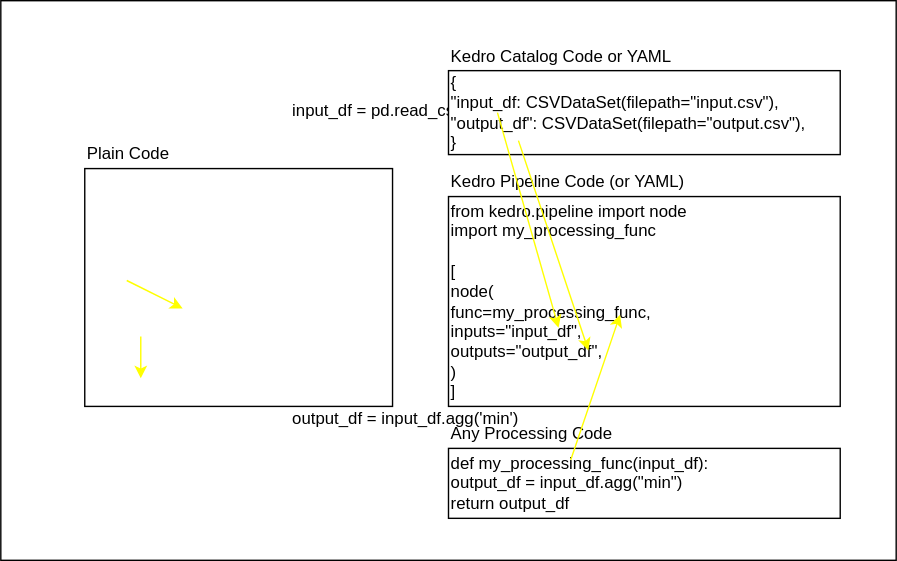
The draw.io diagram _doc_images/kedro_concept.drawio.svg in Minyus/kedro-starters-sklearn, before a commit. Source tidied: cells renumbered, new cells last; positions are measured from the earlier drawing's top-left corner, leaving out a move shared by most shapes.
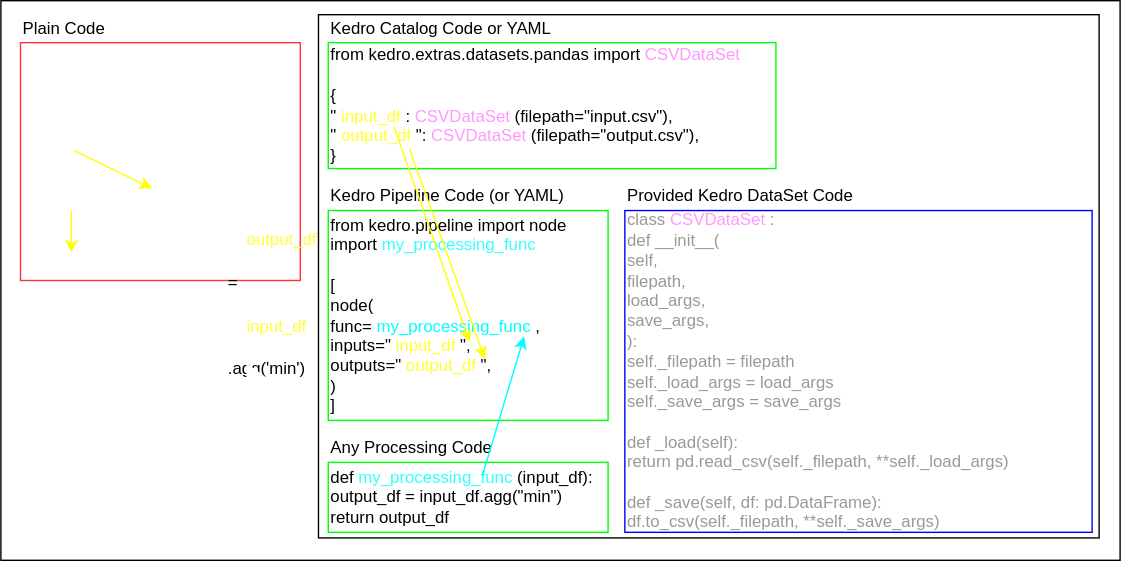
After the commit.

The edit, as a diff of the source:
```diff
@@ -3,52 +3,70 @@
     <mxCell id="0" />
     <mxCell id="1" parent="0" />
     <mxCell id="2" style="rounded=0;whiteSpace=wrap;html=1;" parent="1" vertex="1">
-      <mxGeometry width="640" height="400" as="geometry" />
+      <mxGeometry x="30" y="30" width="800" height="400" as="geometry" />
     </mxCell>
+    <mxCell id="16" style="rounded=0;whiteSpace=wrap;html=1;" parent="1" vertex="1">
+      <mxGeometry x="257" y="40" width="558" height="374" as="geometry" />
+    </mxCell>
-    <mxCell id="3" value="&lt;pre&gt;&lt;font face=&quot;Helvetica&quot;&gt;&amp;nbsp; import pandas as pd&lt;/font&gt;&lt;pre&gt;&lt;font face=&quot;Helvetica&quot;&gt;&lt;br&gt;&lt;/font&gt;&lt;/pre&gt;&lt;pre&gt;&lt;font face=&quot;Helvetica&quot;&gt;&amp;nbsp; input_df = pd.read_csv(&quot;input.csv&quot;)&lt;br&gt;&lt;/font&gt;&lt;font face=&quot;Helvetica&quot;&gt;&lt;br&gt;&lt;/font&gt;&lt;/pre&gt;&lt;pre&gt;&lt;font face=&quot;Helvetica&quot;&gt;&amp;nbsp; output_df = input_df.agg('min')&lt;br&gt;&lt;/font&gt;&lt;font face=&quot;Helvetica&quot;&gt;&lt;br&gt;&lt;/font&gt;&lt;/pre&gt;&lt;pre&gt;&lt;font face=&quot;Helvetica&quot;&gt;&amp;nbsp; output_df.to_csv(&quot;output.csv&quot;)&lt;/font&gt;&lt;/pre&gt;&lt;/pre&gt;" style="rounded=0;html=1;align=left;" parent="1" vertex="1">
-      <mxGeometry x="60" y="120" width="220" height="170" as="geometry" />
+    <mxCell id="3" value="&lt;pre&gt;&lt;font face=&quot;Helvetica&quot;&gt;&amp;nbsp; import pandas as pd&lt;/font&gt;&lt;pre&gt;&lt;font face=&quot;Helvetica&quot;&gt;&lt;br&gt;&lt;/font&gt;&lt;/pre&gt;&lt;pre&gt;&lt;font face=&quot;Helvetica&quot;&gt;&amp;nbsp; &lt;font color=&quot;#ffff33&quot;&gt;input_df&lt;/font&gt; = pd.read_csv(&quot;input.csv&quot;)&lt;br&gt;&lt;/font&gt;&lt;font face=&quot;Helvetica&quot;&gt;&lt;br&gt;&lt;/font&gt;&lt;/pre&gt;&lt;pre&gt;&lt;font face=&quot;Helvetica&quot;&gt;&amp;nbsp; &lt;font color=&quot;#ffff33&quot;&gt;output_df&lt;/font&gt; = &lt;font color=&quot;#ffff33&quot;&gt;input_df&lt;/font&gt;.agg('min')&lt;br&gt;&lt;/font&gt;&lt;font face=&quot;Helvetica&quot;&gt;&lt;br&gt;&lt;/font&gt;&lt;/pre&gt;&lt;pre&gt;&lt;font face=&quot;Helvetica&quot;&gt;&amp;nbsp; &lt;font color=&quot;#ffff33&quot;&gt;output_df&lt;/font&gt;.to_csv(&quot;output.csv&quot;)&lt;/font&gt;&lt;/pre&gt;&lt;/pre&gt;" style="rounded=0;html=1;align=left;strokeColor=#FF3333;" parent="1" vertex="1">
+      <mxGeometry x="44" y="60" width="200" height="170" as="geometry" />
     </mxCell>
-    <mxCell id="4" value="&amp;nbsp; {&lt;br&gt;&amp;nbsp; &amp;nbsp; &quot;input_df: CSVDataSet(filepath=&quot;input.csv&quot;),&lt;br&gt;&amp;nbsp; &amp;nbsp; &quot;output_df&quot;: CSVDataSet(filepath=&quot;output.csv&quot;),&lt;br&gt;&amp;nbsp; }" style="rounded=0;whiteSpace=wrap;html=1;align=left;" parent="1" vertex="1">
-      <mxGeometry x="320" y="50" width="280" height="60" as="geometry" />
+    <mxCell id="4" value="&amp;nbsp; from kedro.extras.datasets.pandas import &lt;font color=&quot;#ff99ff&quot;&gt;CSVDataSet&lt;/font&gt;&lt;br&gt;&lt;br&gt;&amp;nbsp; {&lt;br&gt;&amp;nbsp; &amp;nbsp; &quot;&lt;font color=&quot;#ffff33&quot;&gt;input_df&lt;/font&gt;: &lt;font color=&quot;#ff99ff&quot;&gt;CSVDataSet&lt;/font&gt;(filepath=&quot;input.csv&quot;),&lt;br&gt;&amp;nbsp; &amp;nbsp; &quot;&lt;font color=&quot;#ffff33&quot;&gt;output_df&lt;/font&gt;&quot;: &lt;font color=&quot;#ff99ff&quot;&gt;CSVDataSet&lt;/font&gt;(filepath=&quot;output.csv&quot;),&lt;br&gt;&amp;nbsp; }" style="rounded=0;whiteSpace=wrap;html=1;align=left;strokeColor=#00FF00;" parent="1" vertex="1">
+      <mxGeometry x="264" y="60" width="320" height="90" as="geometry" />
     </mxCell>
-    <mxCell id="5" value="&amp;nbsp; def my_processing_func(input_df):&lt;br&gt;&amp;nbsp; &amp;nbsp; &amp;nbsp; output_df = input_df.agg(&quot;min&quot;)&lt;br&gt;&amp;nbsp; &amp;nbsp; &amp;nbsp; return output_df" style="rounded=0;whiteSpace=wrap;html=1;align=left;" parent="1" vertex="1">
-      <mxGeometry x="320" y="320" width="280" height="50" as="geometry" />
+    <mxCell id="5" value="&amp;nbsp; def &lt;font color=&quot;#33ffff&quot;&gt;my_processing_func&lt;/font&gt;(input_df):&lt;br&gt;&amp;nbsp; &amp;nbsp; &amp;nbsp; output_df = input_df.agg(&quot;min&quot;)&lt;br&gt;&amp;nbsp; &amp;nbsp; &amp;nbsp; return output_df" style="rounded=0;whiteSpace=wrap;html=1;align=left;strokeColor=#00FF00;" parent="1" vertex="1">
+      <mxGeometry x="264" y="360" width="200" height="50" as="geometry" />
     </mxCell>
-    <mxCell id="6" value="&amp;nbsp; from kedro.pipeline import node&lt;br&gt;&amp;nbsp; import my_processing_func&lt;br&gt;&lt;br&gt;&amp;nbsp; [&lt;br&gt;&amp;nbsp; &amp;nbsp; node(&lt;br&gt;&amp;nbsp; &amp;nbsp; &amp;nbsp; &amp;nbsp; func=my_processing_func,&lt;br&gt;&amp;nbsp; &amp;nbsp; &amp;nbsp; &amp;nbsp; inputs=&quot;input_df&quot;,&lt;br&gt;&amp;nbsp; &amp;nbsp; &amp;nbsp; &amp;nbsp; outputs=&quot;output_df&quot;,&lt;br&gt;&amp;nbsp; &amp;nbsp; )&lt;br&gt;&amp;nbsp; ]" style="rounded=0;whiteSpace=wrap;html=1;align=left;" parent="1" vertex="1">
-      <mxGeometry x="320" y="140" width="280" height="150" as="geometry" />
+    <mxCell id="6" value="&amp;nbsp; from kedro.pipeline import node&lt;br&gt;&amp;nbsp; import &lt;font color=&quot;#33ffff&quot;&gt;my_processing_func&lt;/font&gt;&lt;br&gt;&lt;br&gt;&amp;nbsp; [&lt;br&gt;&amp;nbsp; &amp;nbsp; node(&lt;br&gt;&amp;nbsp; &amp;nbsp; &amp;nbsp; &amp;nbsp; func=&lt;font color=&quot;#00ffff&quot;&gt;my_processing_func&lt;/font&gt;,&lt;br&gt;&amp;nbsp; &amp;nbsp; &amp;nbsp; &amp;nbsp; inputs=&quot;&lt;font color=&quot;#ffff33&quot;&gt;input_df&lt;/font&gt;&quot;,&lt;br&gt;&amp;nbsp; &amp;nbsp; &amp;nbsp; &amp;nbsp; outputs=&quot;&lt;font color=&quot;#ffff33&quot;&gt;output_df&lt;/font&gt;&quot;,&lt;br&gt;&amp;nbsp; &amp;nbsp; )&lt;br&gt;&amp;nbsp; ]" style="rounded=0;whiteSpace=wrap;html=1;align=left;strokeColor=#00FF00;" parent="1" vertex="1">
+      <mxGeometry x="264" y="180" width="200" height="150" as="geometry" />
     </mxCell>
     <mxCell id="7" value="Plain Code" style="text;html=1;strokeColor=none;fillColor=none;align=left;verticalAlign=middle;whiteSpace=wrap;rounded=0;" parent="1" vertex="1">
-      <mxGeometry x="60" y="100" width="200" height="20" as="geometry" />
+      <mxGeometry x="44" y="40" width="200" height="20" as="geometry" />
     </mxCell>
     <mxCell id="8" value="Kedro Catalog Code or YAML" style="text;html=1;strokeColor=none;fillColor=none;align=left;verticalAlign=middle;whiteSpace=wrap;rounded=0;" parent="1" vertex="1">
-      <mxGeometry x="320" y="30" width="200" height="20" as="geometry" />
+      <mxGeometry x="264" y="40" width="200" height="20" as="geometry" />
     </mxCell>
     <mxCell id="9" value="Any Processing Code" style="text;html=1;strokeColor=none;fillColor=none;align=left;verticalAlign=middle;whiteSpace=wrap;rounded=0;" parent="1" vertex="1">
-      <mxGeometry x="320" y="300" width="190" height="20" as="geometry" />
+      <mxGeometry x="264" y="340" width="190" height="20" as="geometry" />
     </mxCell>
     <mxCell id="10" value="Kedro Pipeline Code (or YAML)" style="text;html=1;strokeColor=none;fillColor=none;align=left;verticalAlign=middle;whiteSpace=wrap;rounded=0;" parent="1" vertex="1">
-      <mxGeometry x="320" y="120" width="200" height="20" as="geometry" />
+      <mxGeometry x="264" y="160" width="200" height="20" as="geometry" />
     </mxCell>
-    <mxCell id="11" style="endArrow=classic;html=1;exitX=0.125;exitY=0.5;exitDx=0;exitDy=0;exitPerimeter=0;entryX=0.281;entryY=0.625;entryDx=0;entryDy=0;entryPerimeter=0;fillColor=#e3c800;strokeColor=#FFFF00;" parent="1" edge="1" source="4" target="6">
-      <mxGeometry relative="1" as="geometry" />
+    <mxCell id="11" style="endArrow=classic;html=1;fillColor=#e3c800;strokeColor=#FFFF00;" parent="1" edge="1">
+      <mxGeometry relative="1" as="geometry">
+        <mxPoint x="311" y="120" as="sourcePoint" />
+        <mxPoint x="365" y="274" as="targetPoint" />
+      </mxGeometry>
     </mxCell>
     <mxCell id="12" style="endArrow=classic;html=1;fillColor=#e3c800;strokeColor=#FFFF00;" parent="1" edge="1">
       <mxGeometry relative="1" as="geometry">
-        <mxPoint x="370" y="100" as="sourcePoint" />
-        <mxPoint x="420" y="250" as="targetPoint" />
+        <mxPoint x="322" y="136" as="sourcePoint" />
+        <mxPoint x="376" y="286" as="targetPoint" />
       </mxGeometry>
     </mxCell>
-    <mxCell id="13" style="endArrow=classic;html=1;exitX=0.312;exitY=0.167;exitDx=0;exitDy=0;exitPerimeter=0;entryX=0.438;entryY=0.563;entryDx=0;entryDy=0;entryPerimeter=0;fillColor=#e3c800;strokeColor=#FFFF00;" parent="1" edge="1" source="5" target="6">
-      <mxGeometry relative="1" as="geometry" />
+    <mxCell id="13" style="endArrow=classic;html=1;fillColor=#e3c800;strokeColor=#00FFFF;" parent="1" edge="1">
+      <mxGeometry relative="1" as="geometry">
+        <mxPoint x="374" y="370" as="sourcePoint" />
+        <mxPoint x="404" y="270" as="targetPoint" />
+      </mxGeometry>
     </mxCell>
     <mxCell id="14" style="endArrow=classic;html=1;exitX=0.125;exitY=0.5;exitDx=0;exitDy=0;exitPerimeter=0;fillColor=#fff2cc;gradientColor=#ffd966;strokeColor=#FFFF00;" parent="1" edge="1">
       <mxGeometry relative="1" as="geometry">
-        <mxPoint x="90" y="200" as="sourcePoint" />
-        <mxPoint x="130" y="220" as="targetPoint" />
+        <mxPoint x="82" y="137" as="sourcePoint" />
+        <mxPoint x="138" y="164" as="targetPoint" />
       </mxGeometry>
     </mxCell>
     <mxCell id="15" style="endArrow=classic;html=1;exitX=0.182;exitY=0.706;exitDx=0;exitDy=0;exitPerimeter=0;fillColor=#fff2cc;entryX=0.182;entryY=0.882;entryDx=0;entryDy=0;entryPerimeter=0;gradientColor=#ffd966;strokeColor=#FFFF00;" parent="1" edge="1" source="3" target="3">
       <mxGeometry relative="1" as="geometry" />
     </mxCell>
+    <mxCell id="17" value="&lt;font color=&quot;#999999&quot;&gt;&amp;nbsp; class &lt;/font&gt;&lt;font color=&quot;#ff99ff&quot;&gt;CSVDataSet&lt;/font&gt;&lt;font color=&quot;#999999&quot;&gt;:&lt;br&gt;&lt;/font&gt;&lt;div&gt;&lt;div&gt;&lt;font color=&quot;#999999&quot;&gt;&amp;nbsp; &amp;nbsp; &amp;nbsp; def __init__(&lt;/font&gt;&lt;/div&gt;&lt;div&gt;&lt;font color=&quot;#999999&quot;&gt;&amp;nbsp; &amp;nbsp; &amp;nbsp; &amp;nbsp; &amp;nbsp; self,&lt;/font&gt;&lt;/div&gt;&lt;div&gt;&lt;font color=&quot;#999999&quot;&gt;&amp;nbsp; &amp;nbsp; &amp;nbsp; &amp;nbsp; &amp;nbsp; filepath,&lt;/font&gt;&lt;/div&gt;&lt;div&gt;&lt;font color=&quot;#999999&quot;&gt;&amp;nbsp; &amp;nbsp; &amp;nbsp; &amp;nbsp; &amp;nbsp; load_args,&lt;/font&gt;&lt;/div&gt;&lt;div&gt;&lt;font color=&quot;#999999&quot;&gt;&amp;nbsp; &amp;nbsp; &amp;nbsp; &amp;nbsp; &amp;nbsp; save_args,&lt;/font&gt;&lt;/div&gt;&lt;div&gt;&lt;font color=&quot;#999999&quot;&gt;&amp;nbsp; &amp;nbsp; &amp;nbsp; ):&lt;/font&gt;&lt;/div&gt;&lt;div&gt;&lt;font color=&quot;#999999&quot;&gt;&amp;nbsp; &amp;nbsp; &amp;nbsp; &amp;nbsp; &amp;nbsp; self._filepath = filepath&lt;/font&gt;&lt;/div&gt;&lt;div&gt;&lt;font color=&quot;#999999&quot;&gt;&amp;nbsp; &amp;nbsp; &amp;nbsp; &amp;nbsp; &amp;nbsp; self._load_args = load_args&lt;/font&gt;&lt;/div&gt;&lt;div&gt;&lt;font color=&quot;#999999&quot;&gt;&amp;nbsp; &amp;nbsp; &amp;nbsp; &amp;nbsp; &amp;nbsp; self._save_args = save_args&lt;/font&gt;&lt;/div&gt;&lt;div&gt;&lt;font color=&quot;#999999&quot;&gt;&lt;br&gt;&lt;/font&gt;&lt;/div&gt;&lt;div&gt;&lt;font color=&quot;#999999&quot;&gt;&amp;nbsp; &amp;nbsp; &amp;nbsp; def _load(self):&lt;/font&gt;&lt;/div&gt;&lt;div&gt;&lt;font color=&quot;#999999&quot;&gt;&amp;nbsp; &amp;nbsp; &amp;nbsp; &amp;nbsp; &amp;nbsp; return pd.read_csv(self._filepath, **self._load_args)&lt;/font&gt;&lt;/div&gt;&lt;div&gt;&lt;font color=&quot;#999999&quot;&gt;&lt;br&gt;&lt;/font&gt;&lt;/div&gt;&lt;div&gt;&lt;font color=&quot;#999999&quot;&gt;&amp;nbsp; &amp;nbsp; &amp;nbsp; def _save(self, df: pd.DataFrame):&lt;/font&gt;&lt;/div&gt;&lt;div&gt;&lt;font color=&quot;#999999&quot;&gt;&amp;nbsp; &amp;nbsp; &amp;nbsp; &amp;nbsp; &amp;nbsp; df.to_csv(self._filepath, **self._save_args)&lt;/font&gt;&lt;/div&gt;&lt;/div&gt;" style="rounded=0;whiteSpace=wrap;html=1;align=left;strokeColor=#0000FF;" parent="1" vertex="1">
+      <mxGeometry x="476" y="180" width="334" height="230" as="geometry" />
+    </mxCell>
+    <mxCell id="18" value="Provided Kedro DataSet Code" style="text;html=1;strokeColor=none;fillColor=none;align=left;verticalAlign=middle;whiteSpace=wrap;rounded=0;" parent="1" vertex="1">
+      <mxGeometry x="476" y="160" width="200" height="20" as="geometry" />
+    </mxCell>
+    <mxCell id="19" style="html=1;shadow=0;dashed=0;align=center;verticalAlign=middle;shape=mxgraph.arrows2.bendArrow;dy=15;dx=38;notch=0;arrowHead=55;rounded=1;flipV=1;strokeColor=#FFFFFF;" parent="1" vertex="1">
+      <mxGeometry x="144" y="245" width="100" height="100" as="geometry" />
+    </mxCell>
   </root>
 </mxGraphModel>
```
